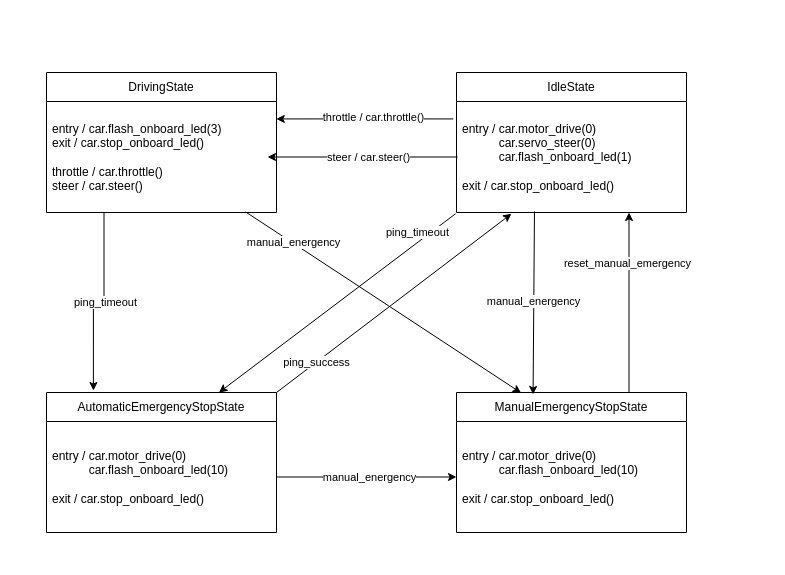
The draw.io diagram page "FSM" (5 of 5) of doc/RPI_Car.drawio in GGArdrey/RaspiCar, before the edit. Source tidied: cells renumbered, new cells numbered last; positions are measured from the earlier drawing's top-left corner, leaving out a move shared by most shapes. Both pictures are drawn from the tidied source at 100%, with x=0, y=0 at pixel (46, 72).
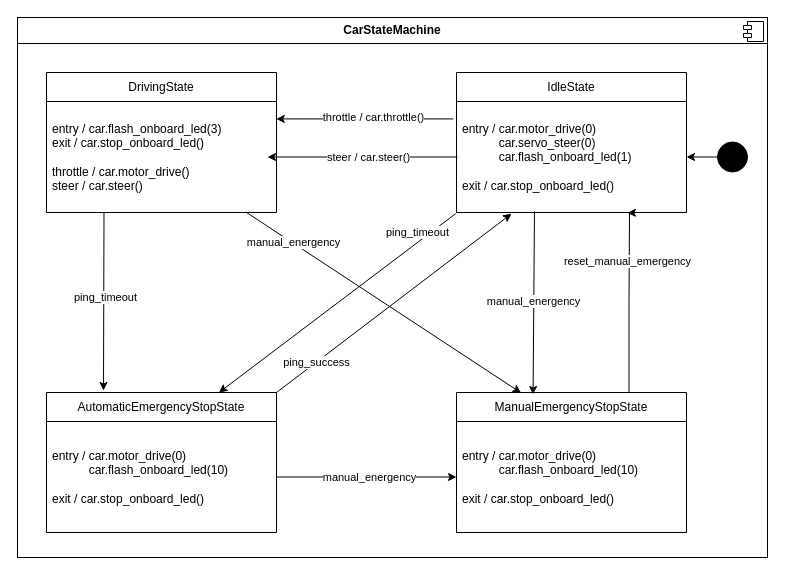
The same diagram, later.

The change refers to these unchanged cells:
```xml
<mxCell id="2" value="&lt;span style=&quot;color: rgb(0, 0, 0); font-family: Helvetica; font-size: 12px; font-style: normal; font-variant-ligatures: normal; font-variant-caps: normal; font-weight: 400; letter-spacing: normal; orphans: 2; text-align: center; text-indent: 0px; text-transform: none; widows: 2; word-spacing: 0px; -webkit-text-stroke-width: 0px; white-space: normal; background-color: rgb(251, 251, 251); text-decoration-thickness: initial; text-decoration-style: initial; text-decoration-color: initial; display: inline !important; float: none;&quot;&gt;AutomaticEmergencyStopState&lt;/span&gt;" style="swimlane;fontStyle=1;align=center;verticalAlign=middle;horizontal=1;startSize=29;html=1;whiteSpace=wrap;" parent="1" vertex="1">
  <mxGeometry y="320" width="230" height="140" as="geometry" />
</mxCell>
<mxCell id="4" value="&lt;span style=&quot;color: rgb(0, 0, 0); font-family: Helvetica; font-size: 12px; font-style: normal; font-variant-ligatures: normal; font-variant-caps: normal; font-weight: 400; letter-spacing: normal; orphans: 2; text-align: center; text-indent: 0px; text-transform: none; widows: 2; word-spacing: 0px; -webkit-text-stroke-width: 0px; white-space: normal; background-color: rgb(251, 251, 251); text-decoration-thickness: initial; text-decoration-style: initial; text-decoration-color: initial; display: inline !important; float: none;&quot;&gt;Manual&lt;/span&gt;&lt;span style=&quot;font-weight: 400;&quot;&gt;EmergencyStopState&lt;/span&gt;" style="swimlane;fontStyle=1;align=center;verticalAlign=middle;horizontal=1;startSize=29;html=1;whiteSpace=wrap;" parent="1" vertex="1">
  <mxGeometry x="410" y="320" width="230" height="140" as="geometry" />
</mxCell>
<mxCell id="8" value="&lt;span style=&quot;font-weight: 400;&quot;&gt;IdleState&lt;/span&gt;" style="swimlane;fontStyle=1;align=center;verticalAlign=middle;horizontal=1;startSize=29;html=1;whiteSpace=wrap;" parent="1" vertex="1">
  <mxGeometry x="410" width="230" height="140" as="geometry" />
</mxCell>
<mxCell id="9" value="entry / car.motor_drive(0)&lt;br&gt;&lt;span style=&quot;white-space: pre;&quot;&gt;&#9;&amp;nbsp;&lt;/span&gt;&amp;nbsp; car.servo_steer(0)&lt;br&gt;&lt;span style=&quot;white-space: pre;&quot;&gt;&#9;&lt;/span&gt;&amp;nbsp; &amp;nbsp;car.flash_onboard_led(1)&lt;br&gt;&lt;br&gt;&lt;div&gt;exit / c&lt;span style=&quot;background-color: initial;&quot;&gt;ar.stop_onboard_led()&lt;/span&gt;&lt;br&gt;&lt;/div&gt;" style="text;html=1;strokeColor=none;fillColor=none;align=left;verticalAlign=middle;spacingLeft=4;spacingRight=4;overflow=hidden;points=[[0,0.5],[1,0.5]];portConstraint=eastwest;whiteSpace=wrap;" parent="8" vertex="1">
  <mxGeometry y="29" width="230" height="111" as="geometry" />
</mxCell>
<mxCell id="10" value="&lt;span style=&quot;font-weight: 400;&quot;&gt;DrivingState&lt;/span&gt;" style="swimlane;fontStyle=1;align=center;verticalAlign=middle;horizontal=1;startSize=29;html=1;whiteSpace=wrap;" parent="1" vertex="1">
  <mxGeometry width="230" height="140" as="geometry" />
</mxCell>
```

What changed in the source:
```diff
@@
+    <mxCell id="28" value="&lt;p style=&quot;margin:0px;margin-top:6px;text-align:center;&quot;&gt;&lt;b&gt;CarStateMachine&lt;/b&gt;&lt;/p&gt;&lt;hr size=&quot;1&quot; style=&quot;border-style:solid;&quot;&gt;&lt;p style=&quot;margin:0px;margin-left:8px;&quot;&gt;&lt;br&gt;&lt;/p&gt;" style="align=left;overflow=fill;html=1;whiteSpace=wrap;" parent="1" vertex="1">
+      <mxGeometry x="-29" y="-55" width="750" height="540" as="geometry" />
+    </mxCell>
+    <mxCell id="29" style="shape=component;jettyWidth=8;jettyHeight=4;" parent="28" vertex="1">
+      <mxGeometry x="1" width="20" height="20" relative="1" as="geometry">
+        <mxPoint x="-24" y="4" as="offset" />
+      </mxGeometry>
+    </mxCell>
@@
-    <mxCell id="11" value="entry / car.flash_onboard_led(3)&lt;br&gt;&lt;div&gt;exit / c&lt;span style=&quot;background-color: initial;&quot;&gt;ar.stop_onboard_led()&lt;br&gt;&lt;/span&gt;&lt;br&gt;throttle / car.throttle()&lt;br&gt;steer / car.steer()&lt;br&gt;&lt;/div&gt;" style="text;html=1;strokeColor=none;fillColor=none;align=left;verticalAlign=middle;spacingLeft=4;spacingRight=4;overflow=hidden;points=[[0,0.5],[1,0.5]];portConstraint=eastwest;whiteSpace=wrap;" parent="10" vertex="1">
+    <mxCell id="11" value="entry / car.flash_onboard_led(3)&lt;br&gt;&lt;div&gt;exit / c&lt;span style=&quot;background-color: initial;&quot;&gt;ar.stop_onboard_led()&lt;br&gt;&lt;/span&gt;&lt;br&gt;throttle / car.motor_drive()&lt;br&gt;steer / car.steer()&lt;br&gt;&lt;/div&gt;" style="text;html=1;strokeColor=none;fillColor=none;align=left;verticalAlign=middle;spacingLeft=4;spacingRight=4;overflow=hidden;points=[[0,0.5],[1,0.5]];portConstraint=eastwest;whiteSpace=wrap;" parent="10" vertex="1">
       <mxGeometry y="29" width="230" height="111" as="geometry" />
     </mxCell>
@@
-    <mxCell id="16" style="edgeStyle=orthogonalEdgeStyle;rounded=0;jettySize=auto;html=1;exitX=0.25;exitY=1;exitDx=0;exitDy=0;entryX=0.204;entryY=-0.014;entryDx=0;entryDy=0;entryPerimeter=0;" parent="1" edge="1" source="10" target="2">
-      <mxGeometry relative="1" as="geometry" />
+    <mxCell id="16" style="edgeStyle=orthogonalEdgeStyle;rounded=0;jettySize=auto;html=1;exitX=0.25;exitY=1;exitDx=0;exitDy=0;" parent="1" edge="1" source="10">
+      <mxGeometry relative="1" as="geometry">
+        <mxPoint x="57" y="318" as="targetPoint" />
+      </mxGeometry>
     </mxCell>
@@
-    <mxCell id="18" style="edgeStyle=orthogonalEdgeStyle;rounded=0;jettySize=auto;html=1;exitX=0.75;exitY=0;exitDx=0;exitDy=0;entryX=0.75;entryY=1;entryDx=0;entryDy=0;" parent="1" edge="1" source="4" target="8">
-      <mxGeometry relative="1" as="geometry" />
+    <mxCell id="18" style="edgeStyle=orthogonalEdgeStyle;rounded=0;jettySize=auto;html=1;exitX=0.75;exitY=0;exitDx=0;exitDy=0;entryX=0.743;entryY=1.004;entryDx=0;entryDy=0;entryPerimeter=0;" parent="1" edge="1" source="4" target="9">
+      <mxGeometry relative="1" as="geometry">
+        <Array as="points">
+          <mxPoint x="583" y="230" />
+          <mxPoint x="583" y="140" />
+        </Array>
+      </mxGeometry>
     </mxCell>
@@
+    <mxCell id="30" style="edgeStyle=orthogonalEdgeStyle;rounded=0;jettySize=auto;html=1;exitX=0;exitY=0.5;exitDx=0;exitDy=0;entryX=1;entryY=0.5;entryDx=0;entryDy=0;" parent="1" edge="1" source="31" target="9">
+      <mxGeometry relative="1" as="geometry" />
+    </mxCell>
+    <mxCell id="31" style="ellipse;fillColor=strokeColor;html=1;" parent="1" vertex="1">
+      <mxGeometry x="671" y="69.5" width="30" height="30" as="geometry" />
+    </mxCell>
```
